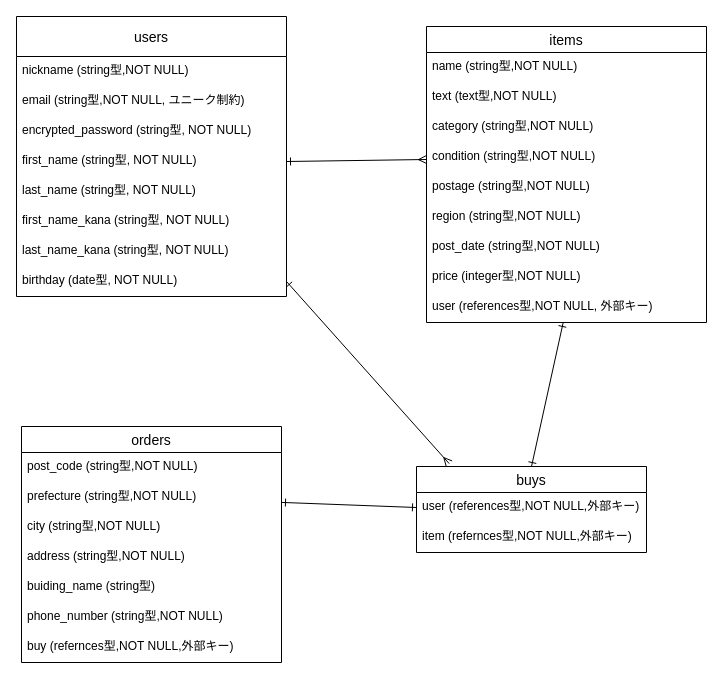
Before: furima.dio in pgyuto/furima-37606, a draw.io diagram. Source tidied: cells renumbered, new cells numbered last; positions are measured from the earlier drawing's top-left corner, leaving out a move shared by most shapes. Both pictures are drawn from the tidied source at 100%, with x=0, y=0 at pixel (16, 16).
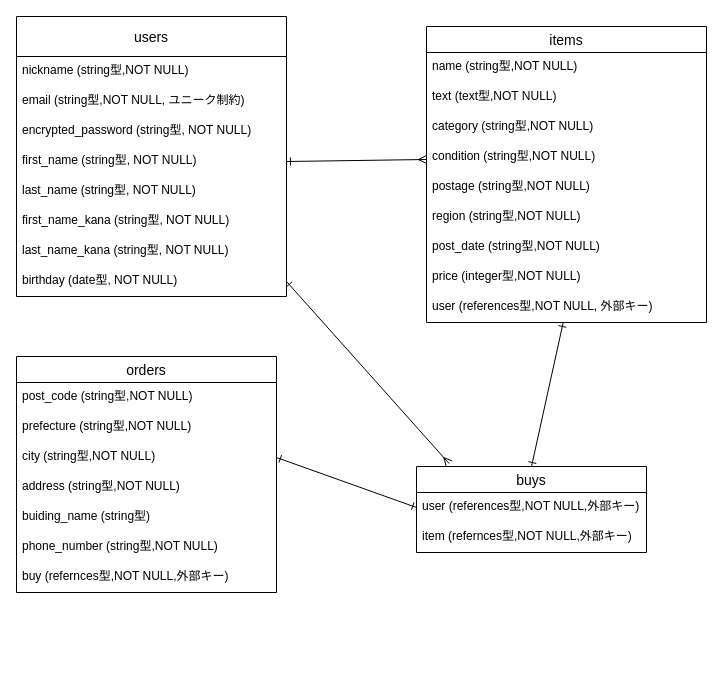
The same diagram, later.

The change refers to these unchanged cells:
```xml
<mxCell id="13" value="prefecture (string型,NOT NULL)" style="text;strokeColor=none;fillColor=none;spacingLeft=4;spacingRight=4;overflow=hidden;points=[[0,0.5],[1,0.5]];portConstraint=eastwest;fontSize=12;" parent="11" vertex="1">
  <mxGeometry y="56" width="260" height="30" as="geometry" />
</mxCell>
<mxCell id="14" value="city (string型,NOT NULL)" style="text;strokeColor=none;fillColor=none;spacingLeft=4;spacingRight=4;overflow=hidden;points=[[0,0.5],[1,0.5]];portConstraint=eastwest;fontSize=12;" parent="11" vertex="1">
  <mxGeometry y="86" width="260" height="30" as="geometry" />
</mxCell>
<mxCell id="31" value="user (references型,NOT NULL,外部キー)" style="text;strokeColor=none;fillColor=none;spacingLeft=4;spacingRight=4;overflow=hidden;points=[[0,0.5],[1,0.5]];portConstraint=eastwest;fontSize=12;" parent="30" vertex="1">
  <mxGeometry y="26" width="230" height="30" as="geometry" />
</mxCell>
```

What changed in the source:
```diff
@@
     <mxCell id="11" value="orders" style="swimlane;fontStyle=0;horizontal=1;startSize=26;align=center;fontSize=14;" parent="1" vertex="1">
-      <mxGeometry x="5" y="410" width="260" height="236" as="geometry" />
+      <mxGeometry y="340" width="260" height="236" as="geometry" />
     </mxCell>
@@
-    <mxCell id="34" style="edgeStyle=none;rounded=1;html=1;exitX=0;exitY=0.5;exitDx=0;exitDy=0;startArrow=ERone;startFill=0;endArrow=ERone;endFill=0;strokeWidth=1;" parent="1" edge="1" source="31" target="13">
+    <mxCell id="34" style="edgeStyle=none;rounded=1;html=1;exitX=0;exitY=0.5;exitDx=0;exitDy=0;startArrow=ERone;startFill=0;endArrow=ERone;endFill=0;strokeWidth=1;entryX=1;entryY=0.5;entryDx=0;entryDy=0;" parent="1" edge="1" source="31" target="14">
       <mxGeometry relative="1" as="geometry" />
     </mxCell>
```
